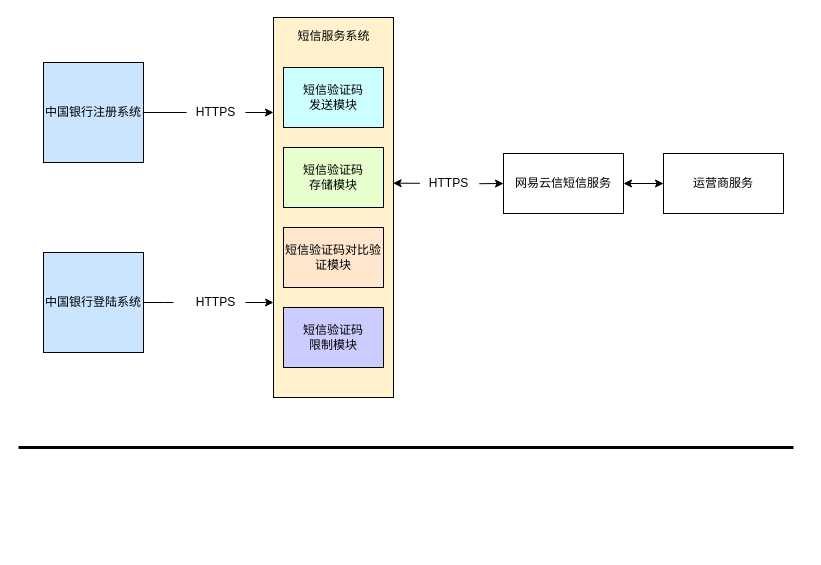
This is 整体架构图.drawio from Foward-Fu/Demo, a draw.io file, before an edit. Source tidied: cells renumbered, new cells numbered last; positions are measured from the earlier drawing's top-left corner, leaving out a move shared by most shapes. Both pictures are drawn from the tidied source at 100%, with x=0, y=0 at pixel (18, 17).
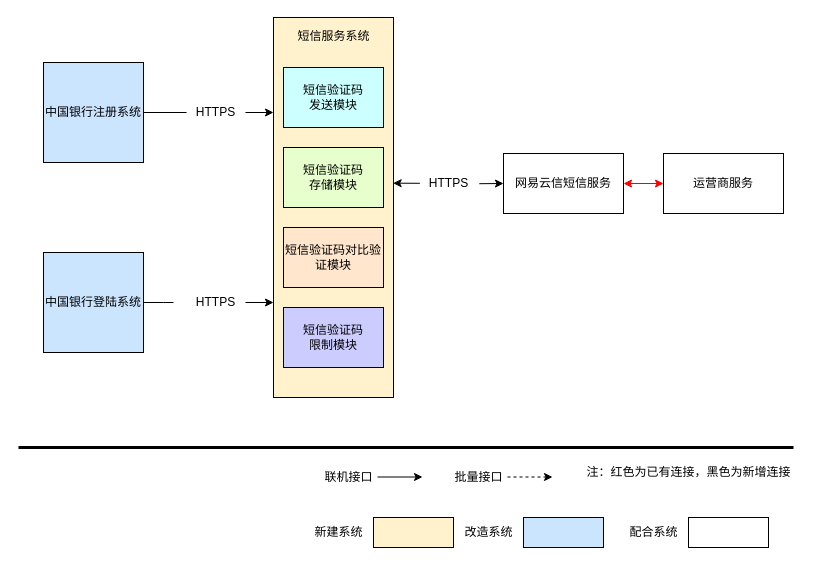
The same diagram, later.

Commit message:
更新整体架构图.drawio

The change refers to these unchanged cells:
```xml
<mxCell id="12" value="网易云信短信服务" style="rounded=0;whiteSpace=wrap;html=1;fillColor=#FFFFFF;" parent="1" vertex="1">
  <mxGeometry x="485" y="136" width="120" height="60" as="geometry" />
</mxCell>
<mxCell id="13" value="运营商服务" style="rounded=0;whiteSpace=wrap;html=1;fillColor=#FFFFFF;" parent="1" vertex="1">
  <mxGeometry x="645" y="136" width="120" height="60" as="geometry" />
</mxCell>
```

Diff of the diagram source:
```diff
@@
-    <mxCell id="22" style="endArrow=classic;startArrow=classic;html=1;rounded=0;strokeWidth=1;entryX=0;entryY=0.5;entryDx=0;entryDy=0;exitX=1;exitY=0.5;exitDx=0;exitDy=0;" parent="1" edge="1" source="12" target="13">
+    <mxCell id="22" style="endArrow=classic;startArrow=classic;html=1;rounded=0;strokeWidth=1;entryX=0;entryY=0.5;entryDx=0;entryDy=0;exitX=1;exitY=0.5;exitDx=0;exitDy=0;strokeColor=#FF0000;" parent="1" edge="1" source="12" target="13">
       <mxGeometry relative="1" as="geometry" />
     </mxCell>
+    <mxCell id="23" value="联机接口" style="text;html=1;align=center;verticalAlign=middle;fillColor=none;strokeColor=none;rounded=0;" parent="1" vertex="1">
+      <mxGeometry x="295" y="445" width="70" height="30" as="geometry" />
+    </mxCell>
+    <mxCell id="24" style="endArrow=classic;html=1;rounded=0;strokeWidth=1;" parent="1" edge="1">
+      <mxGeometry relative="1" as="geometry">
+        <mxPoint x="359" y="459.5" as="sourcePoint" />
+        <mxPoint x="404" y="459.5" as="targetPoint" />
+      </mxGeometry>
+    </mxCell>
+    <mxCell id="25" value="批量接口" style="text;html=1;align=center;verticalAlign=middle;fillColor=none;strokeColor=none;rounded=0;" parent="1" vertex="1">
+      <mxGeometry x="425" y="445" width="70" height="30" as="geometry" />
+    </mxCell>
+    <mxCell id="26" style="endArrow=classic;html=1;rounded=0;strokeWidth=1;dashed=1;" parent="1" edge="1">
+      <mxGeometry relative="1" as="geometry">
+        <mxPoint x="489" y="459.5" as="sourcePoint" />
+        <mxPoint x="534" y="459.5" as="targetPoint" />
+      </mxGeometry>
+    </mxCell>
+    <mxCell id="27" value="注：红色为已有连接，黑色为新增连接" style="text;html=1;align=center;verticalAlign=middle;fillColor=none;strokeColor=none;rounded=0;" parent="1" vertex="1">
+      <mxGeometry x="555" y="440" width="230" height="30" as="geometry" />
+    </mxCell>
+    <mxCell id="28" style="rounded=0;whiteSpace=wrap;html=1;fillColor=#CCE5FF;" parent="1" vertex="1">
+      <mxGeometry x="505" y="500" width="80" height="30" as="geometry" />
+    </mxCell>
+    <mxCell id="29" value="改造系统" style="text;html=1;align=center;verticalAlign=middle;fillColor=none;strokeColor=none;rounded=0;" parent="1" vertex="1">
+      <mxGeometry x="435" y="500" width="70" height="30" as="geometry" />
+    </mxCell>
+    <mxCell id="30" style="rounded=0;whiteSpace=wrap;html=1;fillColor=#FFF2CC;" parent="1" vertex="1">
+      <mxGeometry x="355" y="500" width="80" height="30" as="geometry" />
+    </mxCell>
+    <mxCell id="31" value="新建系统" style="text;html=1;align=center;verticalAlign=middle;fillColor=none;strokeColor=none;rounded=0;" parent="1" vertex="1">
+      <mxGeometry x="285" y="500" width="70" height="30" as="geometry" />
+    </mxCell>
+    <mxCell id="32" style="rounded=0;whiteSpace=wrap;html=1;fillColor=#FFFFFF;" parent="1" vertex="1">
+      <mxGeometry x="670" y="500" width="80" height="30" as="geometry" />
+    </mxCell>
+    <mxCell id="33" value="配合系统" style="text;html=1;align=center;verticalAlign=middle;fillColor=none;strokeColor=none;rounded=0;" parent="1" vertex="1">
+      <mxGeometry x="600" y="500" width="70" height="30" as="geometry" />
+    </mxCell>
```
